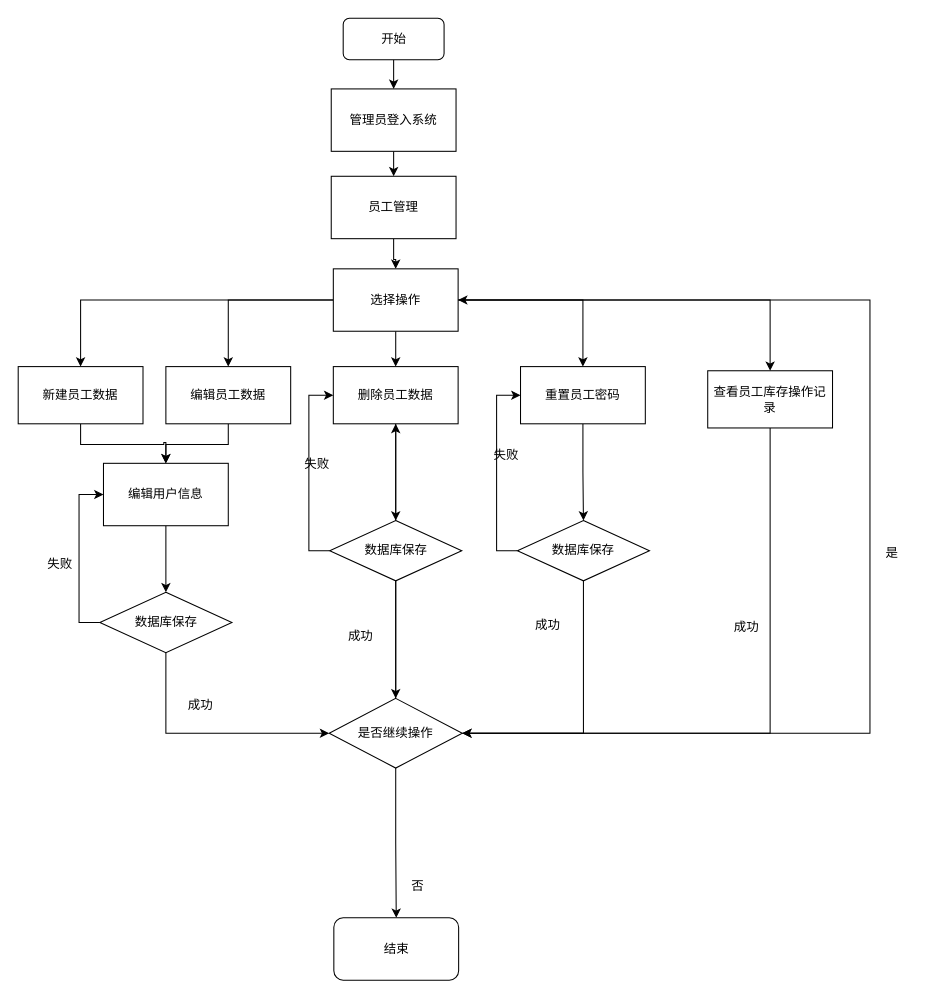
The draw.io diagram save/管理员流程图.drawio in kehaha-5/drawio, before the edit. Source tidied: cells renumbered, new cells numbered last; positions are measured from the earlier drawing's top-left corner, leaving out a move shared by most shapes. Both pictures are drawn from the tidied source at 104%, with x=0, y=0 at pixel (18, 18).
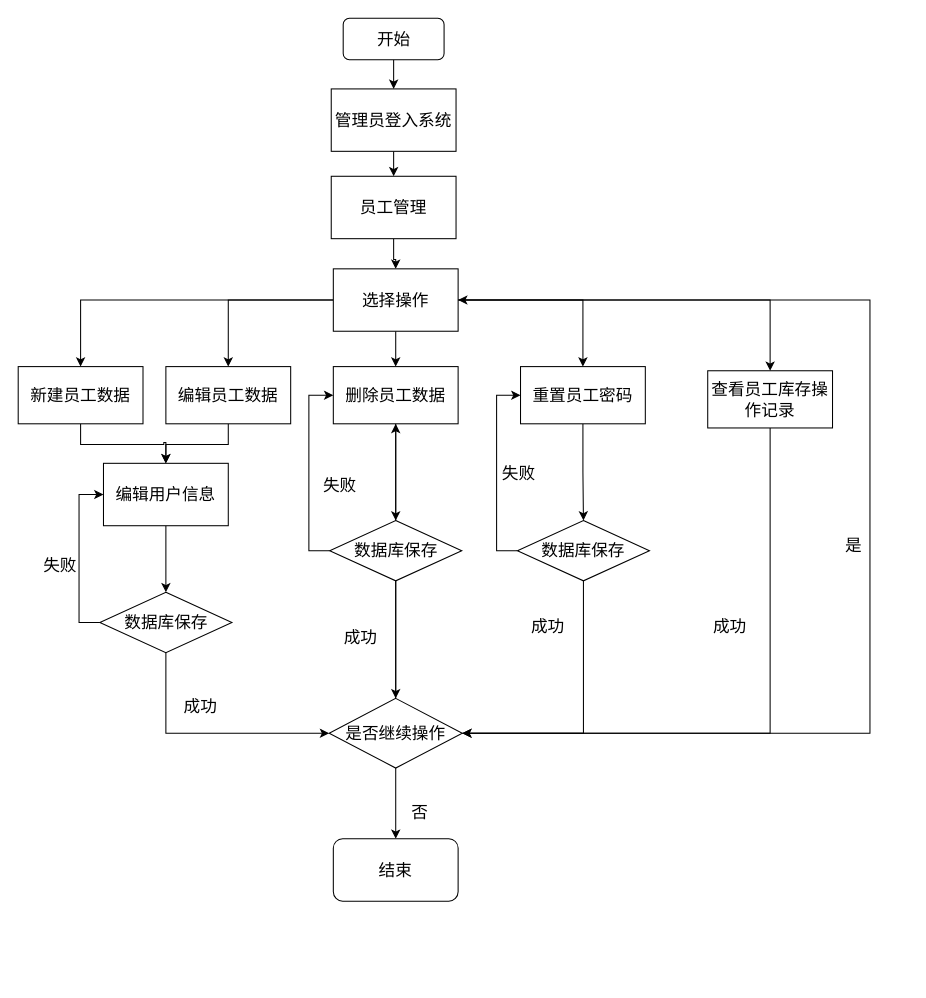
The same diagram, later.

Commit message:
更新管理员流程图.drawio

Change to the diagram source:
```diff
@@
-    <mxCell id="3" value="开始" style="rounded=1;whiteSpace=wrap;html=1;" parent="1" vertex="1">
+    <mxCell id="3" value="&lt;font style=&quot;font-size: 16px;&quot;&gt;开始&lt;/font&gt;" style="rounded=1;whiteSpace=wrap;html=1;" parent="1" vertex="1">
       <mxGeometry x="312.5" width="97" height="40" as="geometry" />
     </mxCell>
@@
-    <mxCell id="5" value="管理员登入系统" style="rounded=0;whiteSpace=wrap;html=1;" parent="1" vertex="1">
+    <mxCell id="5" value="&lt;font style=&quot;font-size: 16px;&quot;&gt;管理员登入系统&lt;/font&gt;" style="rounded=0;whiteSpace=wrap;html=1;" parent="1" vertex="1">
       <mxGeometry x="301" y="68" width="120" height="60" as="geometry" />
     </mxCell>
@@
-    <mxCell id="7" value="员工管理" style="rounded=0;whiteSpace=wrap;html=1;" parent="1" vertex="1">
+    <mxCell id="7" value="&lt;font style=&quot;font-size: 16px;&quot;&gt;员工管理&lt;/font&gt;" style="rounded=0;whiteSpace=wrap;html=1;" parent="1" vertex="1">
       <mxGeometry x="301" y="152" width="120" height="60" as="geometry" />
     </mxCell>
@@
-    <mxCell id="9" value="新建员工数据" style="rounded=0;whiteSpace=wrap;html=1;" parent="1" vertex="1">
+    <mxCell id="9" value="&lt;font style=&quot;font-size: 16px;&quot;&gt;新建员工数据&lt;/font&gt;" style="rounded=0;whiteSpace=wrap;html=1;" parent="1" vertex="1">
       <mxGeometry y="335" width="120" height="55" as="geometry" />
     </mxCell>
@@
-    <mxCell id="11" value="编辑员工数据" style="rounded=0;whiteSpace=wrap;html=1;" parent="1" vertex="1">
+    <mxCell id="11" value="&lt;font style=&quot;font-size: 16px;&quot;&gt;编辑员工数据&lt;/font&gt;" style="rounded=0;whiteSpace=wrap;html=1;" parent="1" vertex="1">
       <mxGeometry x="142" y="335" width="120" height="55" as="geometry" />
     </mxCell>
@@
-    <mxCell id="13" value="删除员工数据" style="rounded=0;whiteSpace=wrap;html=1;" parent="1" vertex="1">
+    <mxCell id="13" value="&lt;font style=&quot;font-size: 16px;&quot;&gt;删除员工数据&lt;/font&gt;" style="rounded=0;whiteSpace=wrap;html=1;" parent="1" vertex="1">
       <mxGeometry x="303" y="335" width="120" height="55" as="geometry" />
     </mxCell>
@@
-    <mxCell id="15" value="重置员工密码" style="rounded=0;whiteSpace=wrap;html=1;" parent="1" vertex="1">
+    <mxCell id="15" value="&lt;font style=&quot;font-size: 16px;&quot;&gt;重置员工密码&lt;/font&gt;" style="rounded=0;whiteSpace=wrap;html=1;" parent="1" vertex="1">
       <mxGeometry x="483" y="335" width="120" height="55" as="geometry" />
     </mxCell>
@@
-    <mxCell id="17" value="查看员工库存操作记录" style="rounded=0;whiteSpace=wrap;html=1;" parent="1" vertex="1">
+    <mxCell id="17" value="&lt;font style=&quot;font-size: 16px;&quot;&gt;查看员工库存操作记录&lt;/font&gt;" style="rounded=0;whiteSpace=wrap;html=1;" parent="1" vertex="1">
       <mxGeometry x="663" y="339" width="120" height="55" as="geometry" />
     </mxCell>
@@
-    <mxCell id="23" value="选择操作" style="rounded=0;whiteSpace=wrap;html=1;" parent="1" vertex="1">
+    <mxCell id="23" value="&lt;font style=&quot;font-size: 16px;&quot;&gt;选择操作&lt;/font&gt;" style="rounded=0;whiteSpace=wrap;html=1;" parent="1" vertex="1">
       <mxGeometry x="303" y="241" width="120" height="60" as="geometry" />
     </mxCell>
@@
-    <mxCell id="25" value="编辑用户信息" style="rounded=0;whiteSpace=wrap;html=1;" parent="1" vertex="1">
+    <mxCell id="25" value="&lt;font style=&quot;font-size: 16px;&quot;&gt;编辑用户信息&lt;/font&gt;" style="rounded=0;whiteSpace=wrap;html=1;" parent="1" vertex="1">
       <mxGeometry x="82" y="428" width="120" height="60" as="geometry" />
     </mxCell>
@@
-    <mxCell id="28" value="数据库保存" style="rhombus;whiteSpace=wrap;html=1;" parent="1" vertex="1">
+    <mxCell id="28" value="&lt;font style=&quot;font-size: 16px;&quot;&gt;数据库保存&lt;/font&gt;" style="rhombus;whiteSpace=wrap;html=1;" parent="1" vertex="1">
       <mxGeometry x="78.5" y="552" width="127" height="58" as="geometry" />
     </mxCell>
@@
-    <mxCell id="32" value="是否继续操作" style="rhombus;whiteSpace=wrap;html=1;" parent="1" vertex="1">
+    <mxCell id="32" value="&lt;font style=&quot;font-size: 16px;&quot;&gt;是否继续操作&lt;/font&gt;" style="rhombus;whiteSpace=wrap;html=1;" parent="1" vertex="1">
       <mxGeometry x="299" y="654" width="128" height="67" as="geometry" />
     </mxCell>
-    <mxCell id="33" value="成功" style="text;html=1;align=center;verticalAlign=middle;strokeColor=none;fillColor=none;" parent="1" vertex="1">
-      <mxGeometry x="154" y="648" width="42" height="26" as="geometry" />
+    <mxCell id="33" value="&lt;font style=&quot;font-size: 16px;&quot;&gt;成功&lt;/font&gt;" style="text;html=1;align=center;verticalAlign=middle;strokeColor=none;fillColor=none;" parent="1" vertex="1">
+      <mxGeometry x="150" y="646" width="50" height="31" as="geometry" />
     </mxCell>
-    <mxCell id="34" value="失败" style="text;html=1;align=center;verticalAlign=middle;strokeColor=none;fillColor=none;" parent="1" vertex="1">
-      <mxGeometry x="19" y="512" width="42" height="26" as="geometry" />
+    <mxCell id="34" value="&lt;font style=&quot;font-size: 16px;&quot;&gt;失败&lt;/font&gt;" style="text;html=1;align=center;verticalAlign=middle;strokeColor=none;fillColor=none;" parent="1" vertex="1">
+      <mxGeometry x="15" y="510" width="50" height="31" as="geometry" />
     </mxCell>
@@
-    <mxCell id="37" value="数据库保存" style="rhombus;whiteSpace=wrap;html=1;" parent="1" vertex="1">
+    <mxCell id="37" value="&lt;font style=&quot;font-size: 16px;&quot;&gt;数据库保存&lt;/font&gt;" style="rhombus;whiteSpace=wrap;html=1;" parent="1" vertex="1">
       <mxGeometry x="299.5" y="483" width="127" height="58" as="geometry" />
     </mxCell>
-    <mxCell id="38" value="失败" style="text;html=1;align=center;verticalAlign=middle;strokeColor=none;fillColor=none;" parent="1" vertex="1">
-      <mxGeometry x="266" y="416" width="42" height="26" as="geometry" />
+    <mxCell id="38" value="&lt;font style=&quot;font-size: 16px;&quot;&gt;失败&lt;/font&gt;" style="text;html=1;align=center;verticalAlign=middle;strokeColor=none;fillColor=none;" parent="1" vertex="1">
+      <mxGeometry x="284" y="433" width="50" height="31" as="geometry" />
     </mxCell>
-    <mxCell id="39" value="成功" style="text;html=1;align=center;verticalAlign=middle;strokeColor=none;fillColor=none;" parent="1" vertex="1">
-      <mxGeometry x="308" y="581" width="42" height="26" as="geometry" />
+    <mxCell id="39" value="&lt;font style=&quot;font-size: 16px;&quot;&gt;成功&lt;/font&gt;" style="text;html=1;align=center;verticalAlign=middle;strokeColor=none;fillColor=none;" parent="1" vertex="1">
+      <mxGeometry x="304" y="579" width="50" height="31" as="geometry" />
     </mxCell>
@@
-    <mxCell id="42" value="数据库保存" style="rhombus;whiteSpace=wrap;html=1;" parent="1" vertex="1">
+    <mxCell id="42" value="&lt;font style=&quot;font-size: 16px;&quot;&gt;数据库保存&lt;/font&gt;" style="rhombus;whiteSpace=wrap;html=1;" parent="1" vertex="1">
       <mxGeometry x="480" y="483" width="127" height="58" as="geometry" />
     </mxCell>
-    <mxCell id="43" value="失败" style="text;html=1;align=center;verticalAlign=middle;strokeColor=none;fillColor=none;" parent="1" vertex="1">
-      <mxGeometry x="448" y="407" width="42" height="26" as="geometry" />
+    <mxCell id="43" value="&lt;font style=&quot;font-size: 16px;&quot;&gt;失败&lt;/font&gt;" style="text;html=1;align=center;verticalAlign=middle;strokeColor=none;fillColor=none;" parent="1" vertex="1">
+      <mxGeometry x="456" y="422" width="50" height="31" as="geometry" />
     </mxCell>
-    <mxCell id="44" value="成功" style="text;html=1;align=center;verticalAlign=middle;strokeColor=none;fillColor=none;" parent="1" vertex="1">
-      <mxGeometry x="488" y="571" width="42" height="26" as="geometry" />
+    <mxCell id="44" value="&lt;font style=&quot;font-size: 16px;&quot;&gt;成功&lt;/font&gt;" style="text;html=1;align=center;verticalAlign=middle;strokeColor=none;fillColor=none;" parent="1" vertex="1">
+      <mxGeometry x="484" y="569" width="50" height="31" as="geometry" />
     </mxCell>
-    <mxCell id="45" value="成功" style="text;html=1;align=center;verticalAlign=middle;strokeColor=none;fillColor=none;" parent="1" vertex="1">
-      <mxGeometry x="679" y="573" width="42" height="26" as="geometry" />
+    <mxCell id="45" value="&lt;font style=&quot;font-size: 16px;&quot;&gt;成功&lt;/font&gt;" style="text;html=1;align=center;verticalAlign=middle;strokeColor=none;fillColor=none;" parent="1" vertex="1">
+      <mxGeometry x="659" y="569" width="50" height="31" as="geometry" />
     </mxCell>
-    <mxCell id="46" value="结束" style="rounded=1;whiteSpace=wrap;html=1;" parent="1" vertex="1">
-      <mxGeometry x="303.5" y="865" width="120" height="60" as="geometry" />
+    <mxCell id="46" value="&lt;font style=&quot;font-size: 16px;&quot;&gt;结束&lt;/font&gt;" style="rounded=1;whiteSpace=wrap;html=1;" parent="1" vertex="1">
+      <mxGeometry x="303" y="789" width="120" height="60" as="geometry" />
     </mxCell>
-    <mxCell id="47" value="否" style="text;html=1;align=center;verticalAlign=middle;strokeColor=none;fillColor=none;" parent="1" vertex="1">
-      <mxGeometry x="369" y="822" width="30" height="26" as="geometry" />
+    <mxCell id="47" value="&lt;font style=&quot;font-size: 16px;&quot;&gt;否&lt;/font&gt;" style="text;html=1;align=center;verticalAlign=middle;strokeColor=none;fillColor=none;" parent="1" vertex="1">
+      <mxGeometry x="369" y="748" width="34" height="31" as="geometry" />
     </mxCell>
-    <mxCell id="48" value="是" style="text;html=1;align=center;verticalAlign=middle;strokeColor=none;fillColor=none;" parent="1" vertex="1">
-      <mxGeometry x="825" y="502" width="30" height="26" as="geometry" />
+    <mxCell id="48" value="&lt;font style=&quot;font-size: 16px;&quot;&gt;是&lt;/font&gt;" style="text;html=1;align=center;verticalAlign=middle;strokeColor=none;fillColor=none;" parent="1" vertex="1">
+      <mxGeometry x="786" y="491" width="34" height="31" as="geometry" />
     </mxCell>
```
